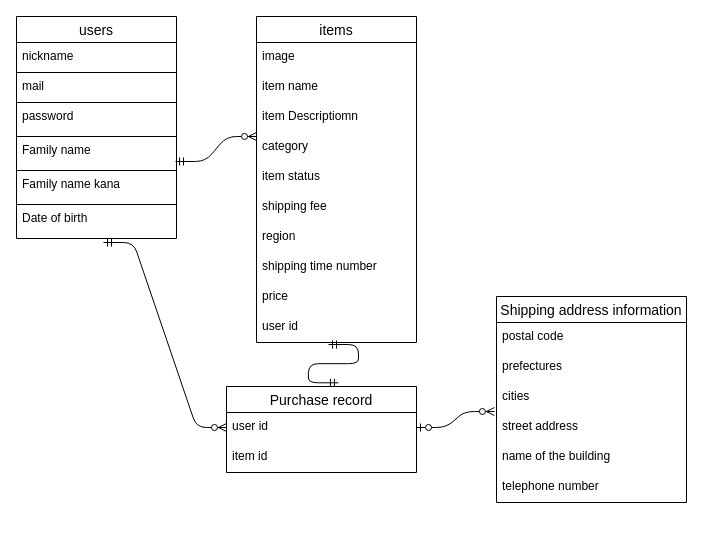
This is furima.dio from TakumaYmamoto/furima-37828, a draw.io file, before an edit. Source tidied: cells renumbered, new cells numbered last; positions are measured from the earlier drawing's top-left corner, leaving out a move shared by most shapes. Both pictures are drawn from the tidied source at 100%, with x=0, y=0 at pixel (16, 16).
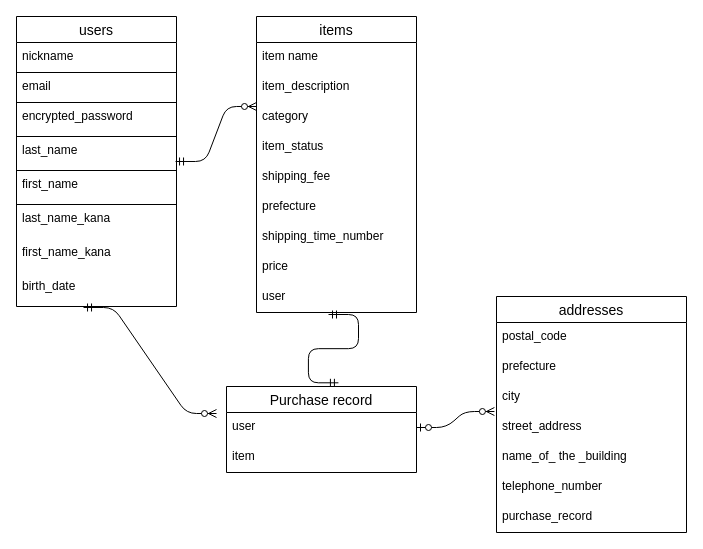
The same diagram, later.

Unchanged cells that the change refers to:
```xml
<mxCell id="20" value="Purchase record" style="swimlane;fontStyle=0;horizontal=1;startSize=26;align=center;fontSize=14;strokeColor=default;strokeWidth=1;" parent="1" vertex="1">
  <mxGeometry x="210" y="370" width="190" height="86" as="geometry" />
</mxCell>
```

Diff of the diagram source:
```diff
@@
     <mxCell id="2" value="users" style="swimlane;fontStyle=0;horizontal=1;startSize=26;align=center;fontSize=14;" parent="1" vertex="1">
-      <mxGeometry width="160" height="222" as="geometry" />
+      <mxGeometry width="160" height="290" as="geometry" />
     </mxCell>
@@
-    <mxCell id="4" value="mail" style="text;strokeColor=default;fillColor=none;spacingLeft=4;spacingRight=4;overflow=hidden;fontSize=12;" parent="2" vertex="1">
+    <mxCell id="4" value="email" style="text;strokeColor=default;fillColor=none;spacingLeft=4;spacingRight=4;overflow=hidden;fontSize=12;" parent="2" vertex="1">
       <mxGeometry y="56" width="160" height="30" as="geometry" />
     </mxCell>
-    <mxCell id="5" value="password&#10;" style="text;spacingLeft=4;spacingRight=4;overflow=hidden;fontSize=12;strokeColor=default;" parent="2" vertex="1">
+    <mxCell id="5" value="encrypted_password" style="text;spacingLeft=4;spacingRight=4;overflow=hidden;fontSize=12;strokeColor=default;align=left;" parent="2" vertex="1">
       <mxGeometry y="86" width="160" height="34" as="geometry" />
     </mxCell>
-    <mxCell id="6" value="Family name" style="text;strokeColor=none;fillColor=none;spacingLeft=4;spacingRight=4;overflow=hidden;points=[[0,0.5],[1,0.5]];portConstraint=eastwest;fontSize=12;" parent="2" vertex="1">
+    <mxCell id="6" value="last_name" style="text;strokeColor=none;fillColor=none;spacingLeft=4;spacingRight=4;overflow=hidden;points=[[0,0.5],[1,0.5]];portConstraint=eastwest;fontSize=12;align=left;" parent="2" vertex="1">
       <mxGeometry y="120" width="160" height="34" as="geometry" />
     </mxCell>
-    <mxCell id="7" value="Family name kana" style="text;strokeColor=default;fillColor=none;spacingLeft=4;spacingRight=4;overflow=hidden;fontSize=12;" parent="2" vertex="1">
+    <mxCell id="7" value="first_name" style="text;strokeColor=default;fillColor=none;spacingLeft=4;spacingRight=4;overflow=hidden;fontSize=12;align=left;" parent="2" vertex="1">
       <mxGeometry y="154" width="160" height="34" as="geometry" />
     </mxCell>
-    <mxCell id="8" value="Date of birth" style="text;strokeColor=none;fillColor=none;spacingLeft=4;spacingRight=4;overflow=hidden;points=[[0,0.5],[1,0.5]];portConstraint=eastwest;fontSize=12;" parent="2" vertex="1">
+    <mxCell id="8" value="last_name_kana" style="text;strokeColor=none;fillColor=none;spacingLeft=4;spacingRight=4;overflow=hidden;points=[[0,0.5],[1,0.5]];portConstraint=eastwest;fontSize=12;align=left;" parent="2" vertex="1">
       <mxGeometry y="188" width="160" height="34" as="geometry" />
     </mxCell>
+    <mxCell id="34" value="first_name_kana" style="text;strokeColor=none;fillColor=none;spacingLeft=4;spacingRight=4;overflow=hidden;fontSize=12;align=left;" parent="2" vertex="1">
+      <mxGeometry y="222" width="160" height="34" as="geometry" />
+    </mxCell>
+    <mxCell id="35" value="birth_date" style="text;strokeColor=none;fillColor=none;spacingLeft=4;spacingRight=4;overflow=hidden;points=[[0,0.5],[1,0.5]];portConstraint=eastwest;fontSize=12;align=left;" parent="2" vertex="1">
+      <mxGeometry y="256" width="160" height="34" as="geometry" />
+    </mxCell>
     <mxCell id="9" value="items" style="swimlane;fontStyle=0;horizontal=1;startSize=26;align=center;fontSize=14;" parent="1" vertex="1">
-      <mxGeometry x="240" width="160" height="326" as="geometry" />
+      <mxGeometry x="240" width="160" height="296" as="geometry" />
     </mxCell>
-    <mxCell id="10" value="image" style="text;strokeColor=none;fillColor=none;spacingLeft=4;spacingRight=4;overflow=hidden;fontSize=12;" parent="9" vertex="1">
-      <mxGeometry y="26" width="160" height="30" as="geometry" />
-    </mxCell>
     <mxCell id="11" value="item name&#10;" style="text;strokeColor=none;fillColor=none;spacingLeft=4;spacingRight=4;overflow=hidden;fontSize=12;" parent="9" vertex="1">
-      <mxGeometry y="56" width="160" height="30" as="geometry" />
+      <mxGeometry y="26" width="160" height="30" as="geometry" />
     </mxCell>
-    <mxCell id="12" value="item Descriptiomn" style="text;strokeColor=none;fillColor=none;spacingLeft=4;spacingRight=4;overflow=hidden;fontSize=12;" parent="9" vertex="1">
-      <mxGeometry y="86" width="160" height="30" as="geometry" />
+    <mxCell id="12" value="item_description" style="text;strokeColor=none;fillColor=none;spacingLeft=4;spacingRight=4;overflow=hidden;fontSize=12;align=left;" parent="9" vertex="1">
+      <mxGeometry y="56" width="160" height="30" as="geometry" />
     </mxCell>
     <mxCell id="13" value="category" style="text;strokeColor=none;fillColor=none;spacingLeft=4;spacingRight=4;overflow=hidden;points=[[0,0.5],[1,0.5]];portConstraint=eastwest;fontSize=12;" parent="9" vertex="1">
-      <mxGeometry y="116" width="160" height="30" as="geometry" />
+      <mxGeometry y="86" width="160" height="30" as="geometry" />
     </mxCell>
-    <mxCell id="14" value="item status" style="text;strokeColor=none;fillColor=none;spacingLeft=4;spacingRight=4;overflow=hidden;fontSize=12;" parent="9" vertex="1">
-      <mxGeometry y="146" width="160" height="30" as="geometry" />
+    <mxCell id="14" value="item_status" style="text;strokeColor=none;fillColor=none;spacingLeft=4;spacingRight=4;overflow=hidden;fontSize=12;" parent="9" vertex="1">
+      <mxGeometry y="116" width="160" height="30" as="geometry" />
     </mxCell>
-    <mxCell id="15" value="shipping fee" style="text;strokeColor=none;fillColor=none;spacingLeft=4;spacingRight=4;overflow=hidden;fontSize=12;" parent="9" vertex="1">
-      <mxGeometry y="176" width="160" height="30" as="geometry" />
+    <mxCell id="15" value="shipping_fee" style="text;strokeColor=none;fillColor=none;spacingLeft=4;spacingRight=4;overflow=hidden;fontSize=12;" parent="9" vertex="1">
+      <mxGeometry y="146" width="160" height="30" as="geometry" />
     </mxCell>
-    <mxCell id="16" value="region" style="text;strokeColor=none;fillColor=none;spacingLeft=4;spacingRight=4;overflow=hidden;fontSize=12;" parent="9" vertex="1">
-      <mxGeometry y="206" width="160" height="30" as="geometry" />
+    <mxCell id="16" value="prefecture" style="text;strokeColor=none;fillColor=none;spacingLeft=4;spacingRight=4;overflow=hidden;fontSize=12;align=left;" parent="9" vertex="1">
+      <mxGeometry y="176" width="160" height="30" as="geometry" />
     </mxCell>
-    <mxCell id="17" value="shipping time number" style="text;strokeColor=none;fillColor=none;spacingLeft=4;spacingRight=4;overflow=hidden;fontSize=12;" parent="9" vertex="1">
-      <mxGeometry y="236" width="160" height="30" as="geometry" />
+    <mxCell id="17" value="shipping_time_number" style="text;strokeColor=none;fillColor=none;spacingLeft=4;spacingRight=4;overflow=hidden;fontSize=12;" parent="9" vertex="1">
+      <mxGeometry y="206" width="160" height="30" as="geometry" />
     </mxCell>
     <mxCell id="18" value="price" style="text;strokeColor=none;fillColor=none;spacingLeft=4;spacingRight=4;overflow=hidden;fontSize=12;" parent="9" vertex="1">
-      <mxGeometry y="266" width="160" height="30" as="geometry" />
+      <mxGeometry y="236" width="160" height="30" as="geometry" />
     </mxCell>
-    <mxCell id="19" value="user id" style="text;strokeColor=none;fillColor=none;spacingLeft=4;spacingRight=4;overflow=hidden;points=[[0,0.5],[1,0.5]];portConstraint=eastwest;fontSize=12;" parent="9" vertex="1">
-      <mxGeometry y="296" width="160" height="30" as="geometry" />
+    <mxCell id="19" value="user" style="text;strokeColor=none;fillColor=none;spacingLeft=4;spacingRight=4;overflow=hidden;points=[[0,0.5],[1,0.5]];portConstraint=eastwest;fontSize=12;" parent="9" vertex="1">
+      <mxGeometry y="266" width="160" height="30" as="geometry" />
     </mxCell>
@@
-    <mxCell id="21" value="user id" style="text;strokeColor=none;fillColor=none;spacingLeft=4;spacingRight=4;overflow=hidden;points=[[0,0.5],[1,0.5]];portConstraint=eastwest;fontSize=12;" parent="20" vertex="1">
+    <mxCell id="21" value="user" style="text;strokeColor=none;fillColor=none;spacingLeft=4;spacingRight=4;overflow=hidden;points=[[0,0.5],[1,0.5]];portConstraint=eastwest;fontSize=12;" parent="20" vertex="1">
       <mxGeometry y="26" width="190" height="30" as="geometry" />
     </mxCell>
-    <mxCell id="22" value="item id" style="text;strokeColor=none;fillColor=none;spacingLeft=4;spacingRight=4;overflow=hidden;fontSize=12;" parent="20" vertex="1">
+    <mxCell id="22" value="item" style="text;strokeColor=none;fillColor=none;spacingLeft=4;spacingRight=4;overflow=hidden;fontSize=12;" parent="20" vertex="1">
       <mxGeometry y="56" width="190" height="30" as="geometry" />
     </mxCell>
-    <mxCell id="23" value="Shipping address information" style="swimlane;fontStyle=0;horizontal=1;startSize=26;align=center;fontSize=14;strokeColor=default;strokeWidth=1;" parent="1" vertex="1">
-      <mxGeometry x="480" y="280" width="190" height="206" as="geometry" />
+    <mxCell id="23" value="addresses" style="swimlane;fontStyle=0;horizontal=1;startSize=26;align=center;fontSize=14;strokeColor=default;strokeWidth=1;labelBackgroundColor=default;" parent="1" vertex="1">
+      <mxGeometry x="480" y="280" width="190" height="236" as="geometry" />
     </mxCell>
-    <mxCell id="24" value="postal code" style="text;strokeColor=none;fillColor=none;spacingLeft=4;spacingRight=4;overflow=hidden;fontSize=12;" parent="23" vertex="1">
+    <mxCell id="24" value="postal_code" style="text;strokeColor=none;fillColor=none;spacingLeft=4;spacingRight=4;overflow=hidden;fontSize=12;" parent="23" vertex="1">
       <mxGeometry y="26" width="190" height="30" as="geometry" />
     </mxCell>
-    <mxCell id="25" value="prefectures" style="text;strokeColor=none;fillColor=none;spacingLeft=4;spacingRight=4;overflow=hidden;fontSize=12;" parent="23" vertex="1">
+    <mxCell id="25" value="prefecture" style="text;strokeColor=none;fillColor=none;spacingLeft=4;spacingRight=4;overflow=hidden;fontSize=12;align=left;" parent="23" vertex="1">
       <mxGeometry y="56" width="190" height="30" as="geometry" />
     </mxCell>
-    <mxCell id="26" value="cities" style="text;strokeColor=none;fillColor=none;spacingLeft=4;spacingRight=4;overflow=hidden;fontSize=12;" parent="23" vertex="1">
+    <mxCell id="26" value="city" style="text;strokeColor=none;fillColor=none;spacingLeft=4;spacingRight=4;overflow=hidden;fontSize=12;align=left;" parent="23" vertex="1">
       <mxGeometry y="86" width="190" height="30" as="geometry" />
     </mxCell>
-    <mxCell id="27" value="street address" style="text;strokeColor=none;fillColor=none;spacingLeft=4;spacingRight=4;overflow=hidden;points=[[0,0.5],[1,0.5]];portConstraint=eastwest;fontSize=12;" parent="23" vertex="1">
+    <mxCell id="27" value="street_address" style="text;strokeColor=none;fillColor=none;spacingLeft=4;spacingRight=4;overflow=hidden;points=[[0,0.5],[1,0.5]];portConstraint=eastwest;fontSize=12;" parent="23" vertex="1">
       <mxGeometry y="116" width="190" height="30" as="geometry" />
     </mxCell>
-    <mxCell id="28" value="name of the building" style="text;strokeColor=none;fillColor=none;spacingLeft=4;spacingRight=4;overflow=hidden;fontSize=12;" parent="23" vertex="1">
+    <mxCell id="28" value="name_of_ the _building" style="text;strokeColor=none;fillColor=none;spacingLeft=4;spacingRight=4;overflow=hidden;fontSize=12;" parent="23" vertex="1">
       <mxGeometry y="146" width="190" height="30" as="geometry" />
     </mxCell>
-    <mxCell id="29" value="telephone number" style="text;strokeColor=none;fillColor=none;spacingLeft=4;spacingRight=4;overflow=hidden;fontSize=12;" parent="23" vertex="1">
+    <mxCell id="29" value="telephone_number" style="text;strokeColor=none;fillColor=none;spacingLeft=4;spacingRight=4;overflow=hidden;fontSize=12;" parent="23" vertex="1">
       <mxGeometry y="176" width="190" height="30" as="geometry" />
     </mxCell>
+    <mxCell id="36" value="purchase_record" style="text;strokeColor=none;fillColor=none;spacingLeft=4;spacingRight=4;overflow=hidden;fontSize=12;align=left;" parent="23" vertex="1">
+      <mxGeometry y="206" width="190" height="30" as="geometry" />
+    </mxCell>
@@
-    <mxCell id="32" style="edgeStyle=entityRelationEdgeStyle;fontSize=12;html=1;endArrow=ERzeroToMany;startArrow=ERmandOne;entryX=0;entryY=0.5;entryDx=0;entryDy=0;exitX=0.544;exitY=1.118;exitDx=0;exitDy=0;exitPerimeter=0;" parent="1" edge="1" source="8">
+    <mxCell id="32" style="edgeStyle=entityRelationEdgeStyle;fontSize=12;html=1;endArrow=ERzeroToMany;startArrow=ERmandOne;entryX=0;entryY=0.5;entryDx=0;entryDy=0;exitX=0.419;exitY=1.029;exitDx=0;exitDy=0;exitPerimeter=0;" parent="1" edge="1" source="35">
       <mxGeometry relative="1" as="geometry">
-        <mxPoint x="210" y="411" as="targetPoint" />
+        <mxPoint x="200" y="397" as="targetPoint" />
       </mxGeometry>
     </mxCell>
```
